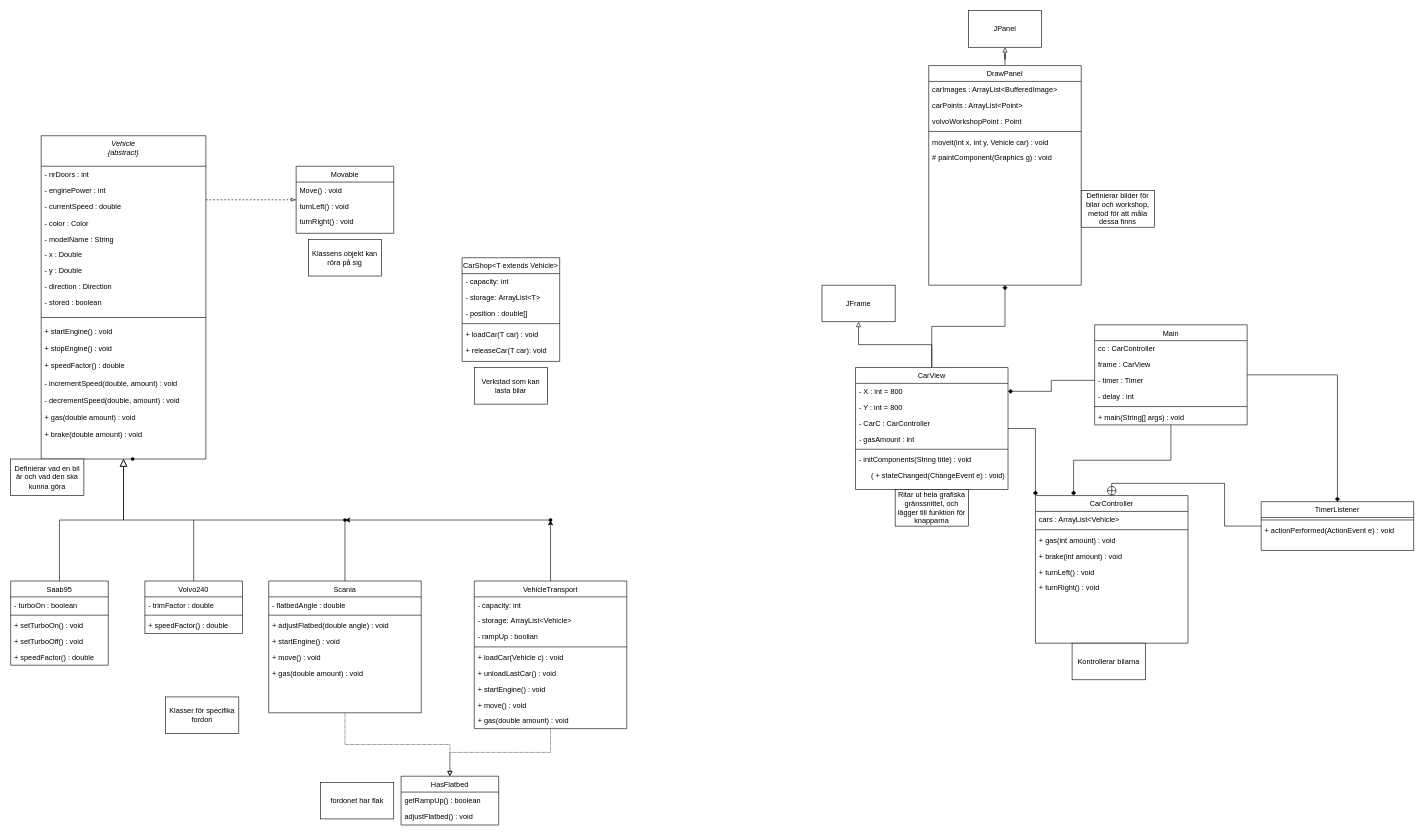
The draw.io diagram CarsKlassDiagram Refaktorerad.drawio in ash-salt/lab3-oop, before the edit. Source tidied: cells renumbered, new cells numbered last; positions are measured from the earlier drawing's top-left corner, leaving out a move shared by most shapes. Both pictures are drawn from the tidied source at 61%, with x=0, y=0 at pixel (10, 10).
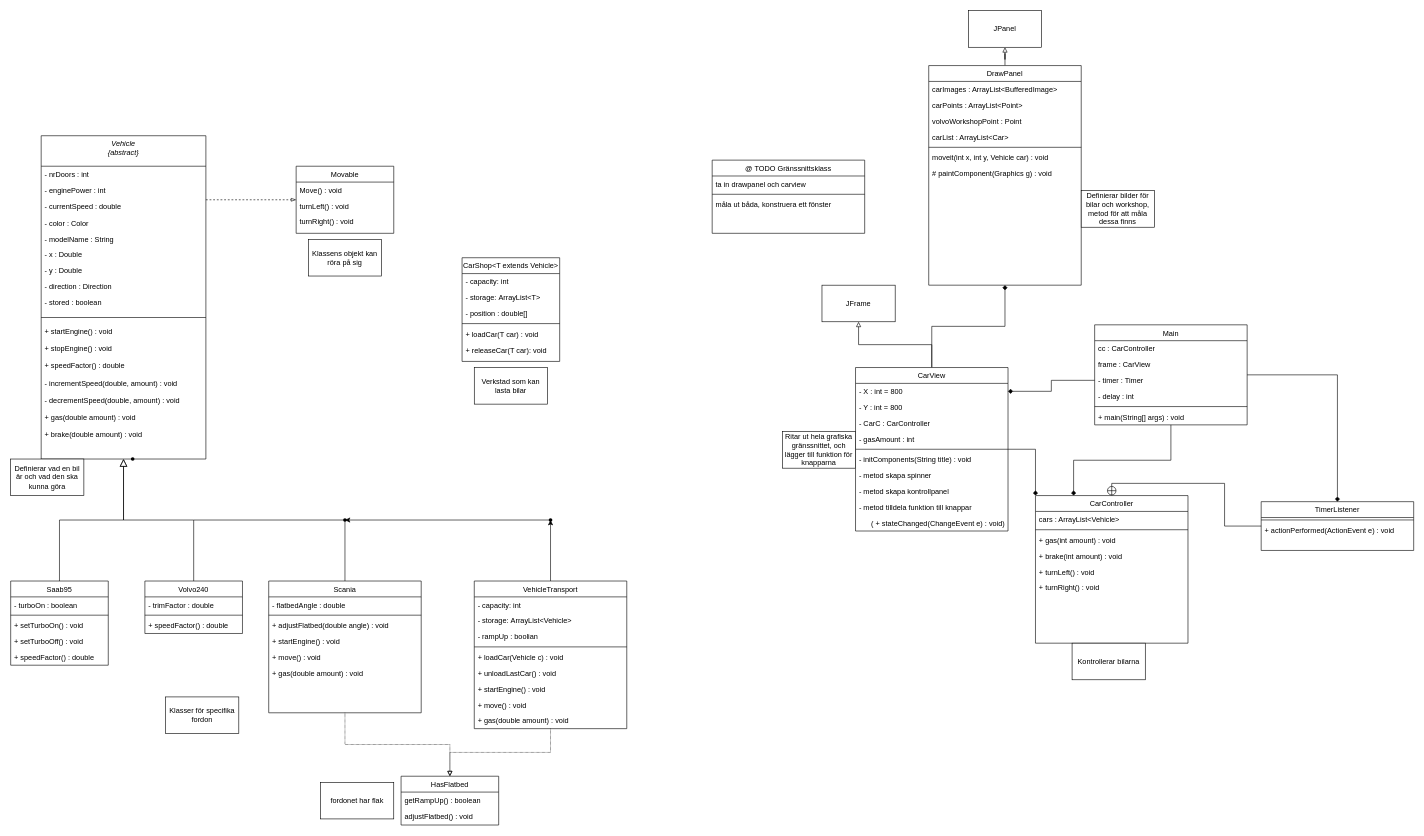
The same diagram, later.

Unchanged cells that the change refers to:
```xml
<mxCell id="90" value="DrawPanel" style="swimlane;fontStyle=0;align=center;verticalAlign=top;horizontal=1;startSize=26;rounded=0;shadow=0;strokeWidth=1;" parent="1" vertex="1">
  <mxGeometry x="1505" y="90" width="250" height="360" as="geometry" />
</mxCell>
```

Diff of the diagram source:
```diff
@@
     <mxCell id="81" value="CarView" style="swimlane;fontStyle=0;align=center;verticalAlign=top;horizontal=1;startSize=26;rounded=0;shadow=0;strokeWidth=1;" parent="1" vertex="1">
-      <mxGeometry x="1385" y="585" width="250" height="200" as="geometry" />
+      <mxGeometry x="1385" y="585" width="250" height="268" as="geometry" />
     </mxCell>
@@
+    <mxCell id="128" value="- metod skapa spinner" style="text;align=left;verticalAlign=top;spacingLeft=4;spacingRight=4;overflow=hidden;" parent="81" vertex="1">
+      <mxGeometry y="164" width="250" height="26" as="geometry" />
+    </mxCell>
+    <mxCell id="129" value="- metod skapa kontrollpanel" style="text;align=left;verticalAlign=top;spacingLeft=4;spacingRight=4;overflow=hidden;" parent="81" vertex="1">
+      <mxGeometry y="190" width="250" height="26" as="geometry" />
+    </mxCell>
+    <mxCell id="130" value="- metod tilldela funktion till knappar" style="text;align=left;verticalAlign=top;spacingLeft=4;spacingRight=4;overflow=hidden;" parent="81" vertex="1">
+      <mxGeometry y="216" width="250" height="26" as="geometry" />
+    </mxCell>
     <mxCell id="88" value="      ( + stateChanged(ChangeEvent e) : void)" style="text;align=left;verticalAlign=top;spacingLeft=4;spacingRight=4;overflow=hidden;" parent="81" vertex="1">
-      <mxGeometry y="164" width="250" height="26" as="geometry" />
+      <mxGeometry y="242" width="250" height="26" as="geometry" />
     </mxCell>
@@
+    <mxCell id="131" value="carList : ArrayList&lt;Car&gt;" style="text;align=left;verticalAlign=top;spacingLeft=4;spacingRight=4;overflow=hidden;" parent="90" vertex="1">
+      <mxGeometry y="104" width="250" height="26" as="geometry" />
+    </mxCell>
     <mxCell id="94" style="line;html=1;strokeWidth=1;align=left;verticalAlign=middle;spacingTop=-1;spacingLeft=3;spacingRight=3;labelPosition=right;" parent="90" vertex="1">
-      <mxGeometry y="104" width="250" height="8" as="geometry" />
+      <mxGeometry y="130" width="250" height="8" as="geometry" />
     </mxCell>
     <mxCell id="95" value="moveit(int x, int y, Vehicle car) : void" style="text;align=left;verticalAlign=top;spacingLeft=4;spacingRight=4;overflow=hidden;" parent="90" vertex="1">
-      <mxGeometry y="112" width="250" height="26" as="geometry" />
+      <mxGeometry y="138" width="250" height="26" as="geometry" />
     </mxCell>
     <mxCell id="96" value="# paintComponent(Graphics g) : void" style="text;align=left;verticalAlign=top;spacingLeft=4;spacingRight=4;overflow=hidden;" parent="90" vertex="1">
-      <mxGeometry y="138" width="250" height="26" as="geometry" />
+      <mxGeometry y="164" width="250" height="26" as="geometry" />
     </mxCell>
@@
     <mxCell id="110" value="&lt;div&gt;Ritar ut hela grafiska gränssnittet, och lägger till funktion för knapparna&lt;/div&gt;" style="rounded=0;whiteSpace=wrap;html=1;" parent="1" vertex="1">
-      <mxGeometry x="1450" y="785" width="120" height="60" as="geometry" />
+      <mxGeometry x="1265" y="690" width="120" height="60" as="geometry" />
     </mxCell>
@@
+    <mxCell id="132" value="@ TODO Gränssnittsklass" style="swimlane;fontStyle=0;align=center;verticalAlign=top;horizontal=1;startSize=26;rounded=0;shadow=0;strokeWidth=1;" parent="1" vertex="1">
+      <mxGeometry x="1150" y="245" width="250" height="120" as="geometry" />
+    </mxCell>
+    <mxCell id="133" value="ta in drawpanel och carview" style="text;align=left;verticalAlign=top;spacingLeft=4;spacingRight=4;overflow=hidden;" parent="132" vertex="1">
+      <mxGeometry y="26" width="250" height="26" as="geometry" />
+    </mxCell>
+    <mxCell id="134" style="line;html=1;strokeWidth=1;align=left;verticalAlign=middle;spacingTop=-1;spacingLeft=3;spacingRight=3;labelPosition=right;" parent="132" vertex="1">
+      <mxGeometry y="52" width="250" height="8" as="geometry" />
+    </mxCell>
+    <mxCell id="135" value="måla ut båda, konstruera ett fönster" style="text;align=left;verticalAlign=top;spacingLeft=4;spacingRight=4;overflow=hidden;" parent="132" vertex="1">
+      <mxGeometry y="60" width="250" height="26" as="geometry" />
+    </mxCell>
```
